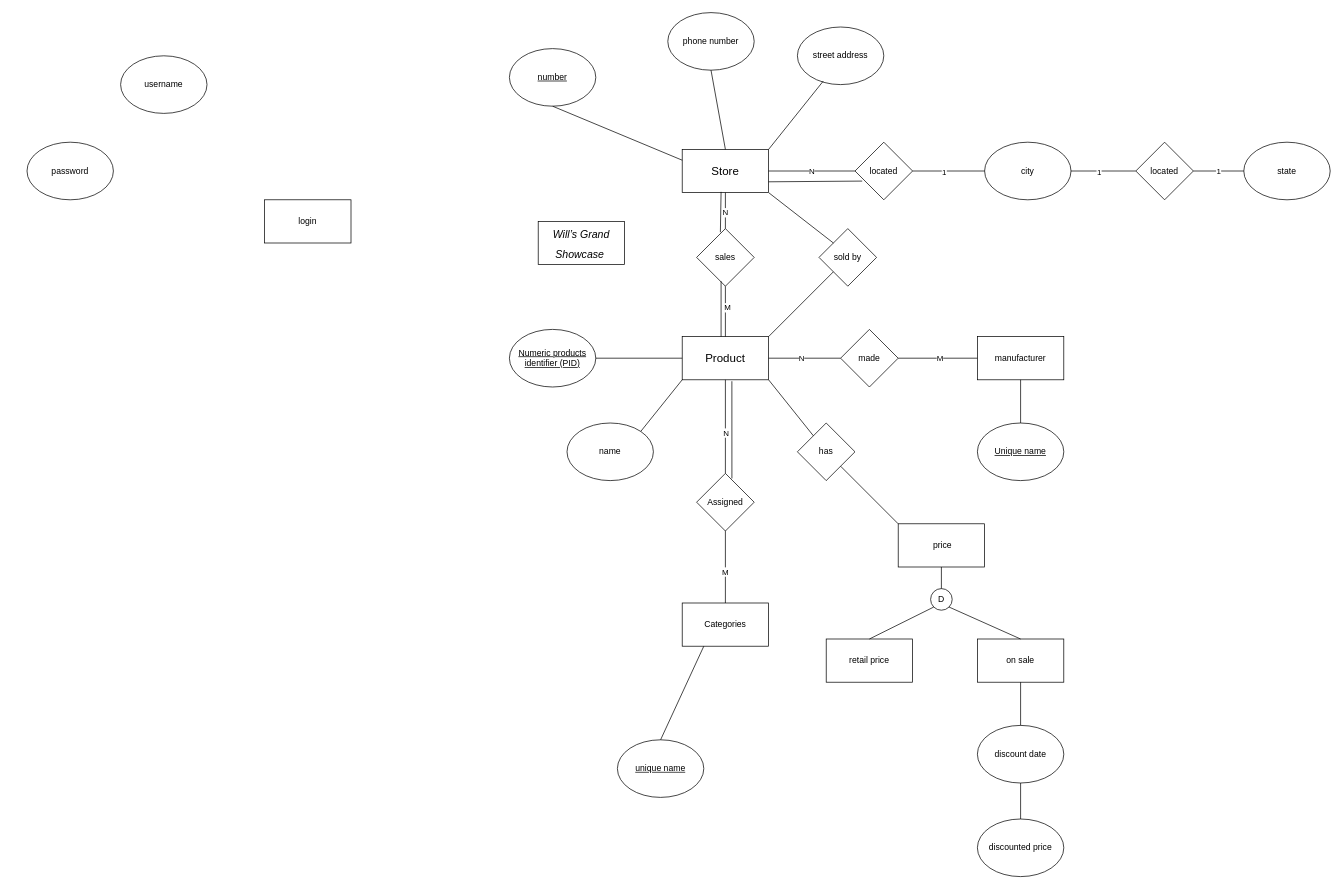
zhuang18/zhuang18 keeps this draw.io diagram as page "Page-1" (1 of 2) of Untitled Diagram.drawio. Above is the earlier version. Source tidied: cells renumbered, new cells numbered last; positions are measured from the earlier drawing's top-left corner, leaving out a move shared by most shapes. Both pictures are drawn from the tidied source at 72%, with x=0, y=0 at pixel (27, 12).
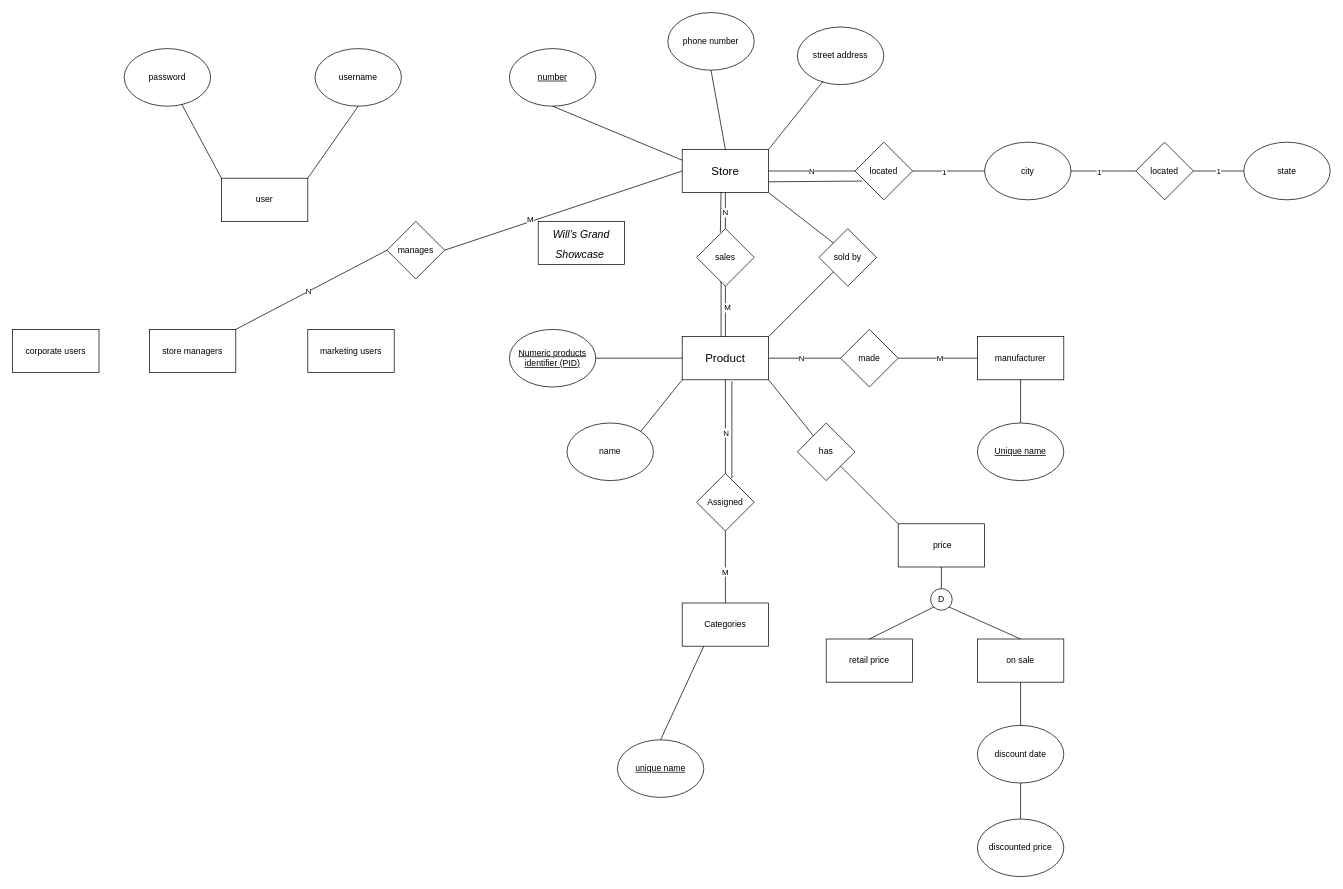
The same diagram, later.

The change refers to these unchanged cells:
```xml
<mxCell id="2" value="&lt;font style=&quot;font-size: 16px&quot;&gt;Store&lt;/font&gt;" style="rounded=0;whiteSpace=wrap;html=1;" parent="1" vertex="1">
  <mxGeometry x="910" y="190" width="120" height="60" as="geometry" />
</mxCell>
```

The edit, as a diff of the source:
```diff
@@
-    <mxCell id="67" value="login" style="rounded=0;whiteSpace=wrap;html=1;" parent="1" vertex="1">
-      <mxGeometry x="330" y="260" width="120" height="60" as="geometry" />
+    <mxCell id="67" value="user" style="rounded=0;whiteSpace=wrap;html=1;" parent="1" vertex="1">
+      <mxGeometry x="270" y="230" width="120" height="60" as="geometry" />
     </mxCell>
     <mxCell id="68" value="password" style="ellipse;whiteSpace=wrap;html=1;" parent="1" vertex="1">
-      <mxGeometry y="180" width="120" height="80" as="geometry" />
+      <mxGeometry x="135" y="50" width="120" height="80" as="geometry" />
     </mxCell>
     <mxCell id="69" value="username" style="ellipse;whiteSpace=wrap;html=1;" parent="1" vertex="1">
-      <mxGeometry x="130" y="60" width="120" height="80" as="geometry" />
+      <mxGeometry x="400" y="50" width="120" height="80" as="geometry" />
     </mxCell>
+    <mxCell id="70" style="endArrow=none;html=1;exitX=1;exitY=0;exitDx=0;exitDy=0;entryX=0.5;entryY=1;entryDx=0;entryDy=0;" parent="1" edge="1" source="67" target="69">
+      <mxGeometry relative="1" as="geometry" />
+    </mxCell>
+    <mxCell id="71" style="endArrow=none;html=1;exitX=0;exitY=0;exitDx=0;exitDy=0;" parent="1" edge="1" source="67" target="68">
+      <mxGeometry relative="1" as="geometry" />
+    </mxCell>
+    <mxCell id="72" value="corporate users" style="rounded=0;whiteSpace=wrap;html=1;" parent="1" vertex="1">
+      <mxGeometry x="-20" y="440" width="120" height="60" as="geometry" />
+    </mxCell>
+    <mxCell id="73" value="store managers" style="rounded=0;whiteSpace=wrap;html=1;" parent="1" vertex="1">
+      <mxGeometry x="170" y="440" width="120" height="60" as="geometry" />
+    </mxCell>
+    <mxCell id="74" value="marketing users" style="rounded=0;whiteSpace=wrap;html=1;" parent="1" vertex="1">
+      <mxGeometry x="390" y="440" width="120" height="60" as="geometry" />
+    </mxCell>
+    <mxCell id="75" value="manages" style="rhombus;whiteSpace=wrap;html=1;" parent="1" vertex="1">
+      <mxGeometry x="500" y="290" width="80" height="80" as="geometry" />
+    </mxCell>
+    <mxCell id="76" style="endArrow=none;html=1;entryX=0;entryY=0.5;entryDx=0;entryDy=0;exitX=1;exitY=0;exitDx=0;exitDy=0;" parent="1" edge="1" source="73" target="75">
+      <mxGeometry relative="1" as="geometry" />
+    </mxCell>
+    <mxCell id="77" value="N" style="edgeLabel;html=1;align=center;verticalAlign=middle;" parent="76" vertex="1">
+      <mxGeometry x="-0.04" y="2" relative="1" as="geometry">
+        <mxPoint y="1" as="offset" />
+      </mxGeometry>
+    </mxCell>
+    <mxCell id="78" style="endArrow=none;html=1;entryX=0;entryY=0.5;entryDx=0;entryDy=0;exitX=1;exitY=0.5;exitDx=0;exitDy=0;" parent="1" edge="1" source="75" target="2">
+      <mxGeometry relative="1" as="geometry" />
+    </mxCell>
+    <mxCell id="79" value="M" style="edgeLabel;html=1;align=center;verticalAlign=middle;" parent="78" vertex="1">
+      <mxGeometry x="-0.28" y="4" relative="1" as="geometry">
+        <mxPoint x="1" as="offset" />
+      </mxGeometry>
+    </mxCell>
```
